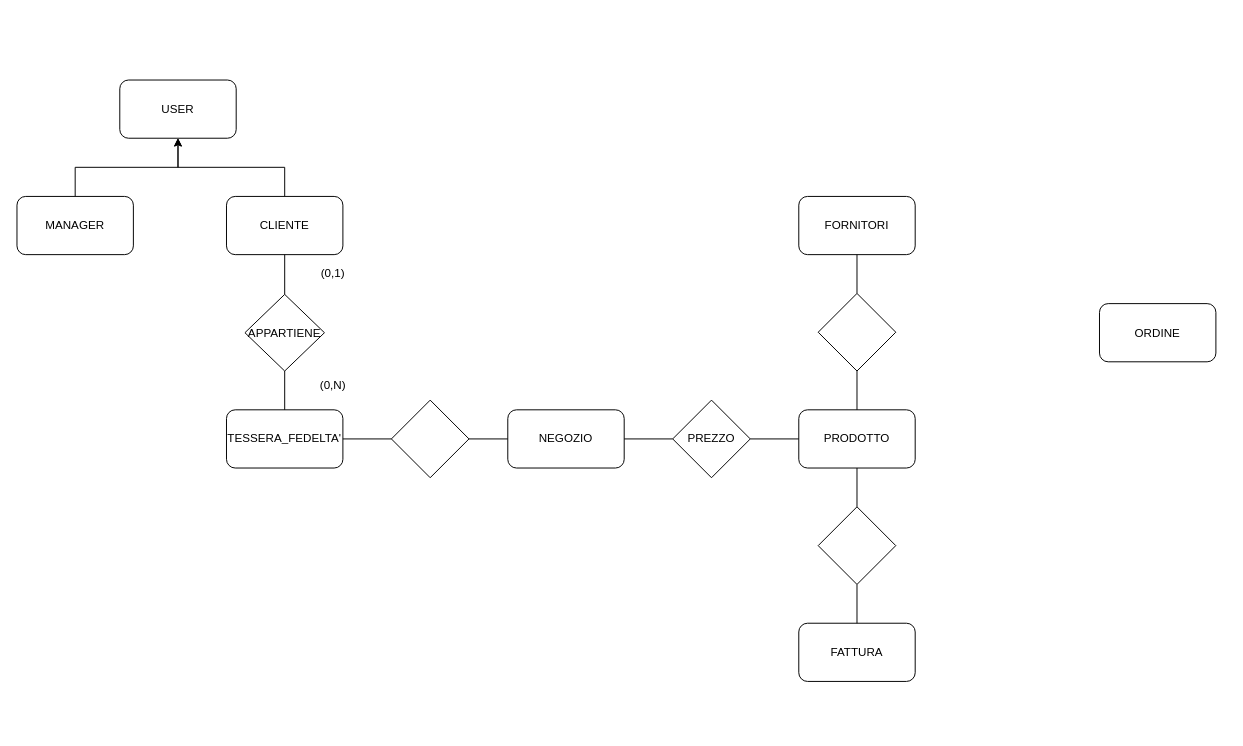
Before: docs/schema_ER/Diagramma_ER_NR.drawio in Giann8/Progetto_DB_UNI, a draw.io diagram. Source tidied: cells renumbered, new cells numbered last; positions are measured from the earlier drawing's top-left corner, leaving out a move shared by most shapes. Both pictures are drawn from the tidied source at 97%, with x=0, y=0 at pixel (16, 80).
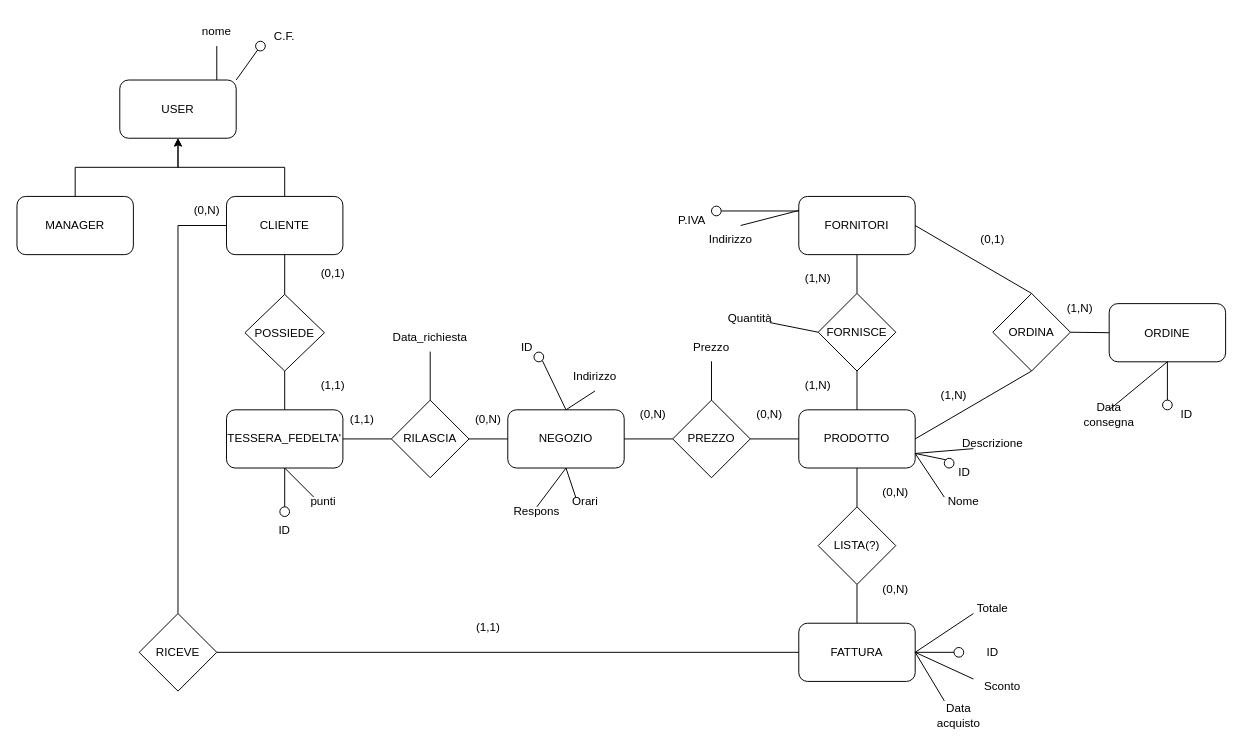
After the change.

Unchanged cells that the change refers to:
```xml
<mxCell id="2" value="NEGOZIO" style="rounded=1;whiteSpace=wrap;html=1;" parent="1" vertex="1">
  <mxGeometry x="506" y="340" width="120" height="60" as="geometry" />
</mxCell>
<mxCell id="3" value="PRODOTTO" style="rounded=1;whiteSpace=wrap;html=1;" parent="1" vertex="1">
  <mxGeometry x="806" y="340" width="120" height="60" as="geometry" />
</mxCell>
<mxCell id="4" value="USER" style="rounded=1;whiteSpace=wrap;html=1;" parent="1" vertex="1">
  <mxGeometry x="106" width="120" height="60" as="geometry" />
</mxCell>
<mxCell id="5" value="FORNITORI" style="rounded=1;whiteSpace=wrap;html=1;" parent="1" vertex="1">
  <mxGeometry x="806" y="120" width="120" height="60" as="geometry" />
</mxCell>
<mxCell id="7" value="FATTURA" style="rounded=1;whiteSpace=wrap;html=1;" parent="1" vertex="1">
  <mxGeometry x="806" y="560" width="120" height="60" as="geometry" />
</mxCell>
<mxCell id="8" value="TESSERA_FEDELTA'" style="rounded=1;whiteSpace=wrap;html=1;" parent="1" vertex="1">
  <mxGeometry x="216" y="340" width="120" height="60" as="geometry" />
</mxCell>
<mxCell id="10" value="CLIENTE" style="rounded=1;whiteSpace=wrap;html=1;" parent="1" vertex="1">
  <mxGeometry x="216" y="120" width="120" height="60" as="geometry" />
</mxCell>
<mxCell id="19" value="PREZZO" style="rhombus;whiteSpace=wrap;html=1;" parent="1" vertex="1">
  <mxGeometry x="676" y="330" width="80" height="80" as="geometry" />
</mxCell>
```

What changed in the source:
```diff
@@
     <mxCell id="6" value="ORDINE" style="rounded=1;whiteSpace=wrap;html=1;" parent="1" vertex="1">
-      <mxGeometry x="1116" y="230.5" width="120" height="60" as="geometry" />
+      <mxGeometry x="1126" y="230.5" width="120" height="60" as="geometry" />
     </mxCell>
@@
-    <mxCell id="13" value="APPARTIENE" style="rhombus;whiteSpace=wrap;html=1;" parent="1" vertex="1">
+    <mxCell id="13" value="POSSIEDE" style="rhombus;whiteSpace=wrap;html=1;" parent="1" vertex="1">
       <mxGeometry x="235" y="221" width="82" height="79" as="geometry" />
     </mxCell>
@@
-    <mxCell id="17" value="(0,N)" style="text;html=1;align=center;verticalAlign=middle;whiteSpace=wrap;rounded=0;" parent="1" vertex="1">
+    <mxCell id="17" value="(1,1)" style="text;html=1;align=center;verticalAlign=middle;whiteSpace=wrap;rounded=0;" parent="1" vertex="1">
       <mxGeometry x="296" y="300" width="60" height="30" as="geometry" />
     </mxCell>
@@
-    <mxCell id="21" style="rhombus;whiteSpace=wrap;html=1;" parent="1" vertex="1">
+    <mxCell id="21" value="FORNISCE" style="rhombus;whiteSpace=wrap;html=1;" parent="1" vertex="1">
       <mxGeometry x="826" y="220" width="80" height="80" as="geometry" />
     </mxCell>
@@
-    <mxCell id="24" style="rhombus;whiteSpace=wrap;html=1;" parent="1" vertex="1">
+    <mxCell id="24" value="RILASCIA" style="rhombus;whiteSpace=wrap;html=1;" parent="1" vertex="1">
       <mxGeometry x="386" y="330" width="80" height="80" as="geometry" />
     </mxCell>
@@
-    <mxCell id="27" style="rhombus;whiteSpace=wrap;html=1;" parent="1" vertex="1">
+    <mxCell id="27" value="LISTA(?)" style="rhombus;whiteSpace=wrap;html=1;" parent="1" vertex="1">
       <mxGeometry x="826" y="440" width="80" height="80" as="geometry" />
     </mxCell>
@@
+    <mxCell id="30" value="ORDINA" style="rhombus;whiteSpace=wrap;html=1;" parent="1" vertex="1">
+      <mxGeometry x="1006" y="220" width="80" height="80" as="geometry" />
+    </mxCell>
+    <mxCell id="31" style="endArrow=none;html=1;rounded=0;exitX=1;exitY=0.5;exitDx=0;exitDy=0;entryX=0.5;entryY=0;entryDx=0;entryDy=0;" parent="1" edge="1" source="5" target="30">
+      <mxGeometry relative="1" as="geometry" />
+    </mxCell>
+    <mxCell id="32" style="endArrow=none;html=1;rounded=0;exitX=1;exitY=0.5;exitDx=0;exitDy=0;entryX=0.5;entryY=1;entryDx=0;entryDy=0;" parent="1" edge="1" source="3" target="30">
+      <mxGeometry relative="1" as="geometry" />
+    </mxCell>
+    <mxCell id="33" style="endArrow=none;html=1;rounded=0;exitX=1;exitY=0.5;exitDx=0;exitDy=0;entryX=0;entryY=0.5;entryDx=0;entryDy=0;" parent="1" edge="1" source="30" target="6">
+      <mxGeometry relative="1" as="geometry" />
+    </mxCell>
+    <mxCell id="34" value="(0,N)" style="text;html=1;align=center;verticalAlign=middle;whiteSpace=wrap;rounded=0;" parent="1" vertex="1">
+      <mxGeometry x="466" y="340" width="40" height="20" as="geometry" />
+    </mxCell>
+    <mxCell id="35" value="(1,1)" style="text;html=1;align=center;verticalAlign=middle;whiteSpace=wrap;rounded=0;" parent="1" vertex="1">
+      <mxGeometry x="336" y="340" width="40" height="20" as="geometry" />
+    </mxCell>
+    <mxCell id="36" value="(0,N)" style="text;html=1;align=center;verticalAlign=middle;whiteSpace=wrap;rounded=0;" parent="1" vertex="1">
+      <mxGeometry x="626" y="330" width="60" height="30" as="geometry" />
+    </mxCell>
+    <mxCell id="37" value="(0,N)" style="text;html=1;align=center;verticalAlign=middle;whiteSpace=wrap;rounded=0;" parent="1" vertex="1">
+      <mxGeometry x="746" y="330" width="60" height="30" as="geometry" />
+    </mxCell>
+    <mxCell id="38" style="endArrow=none;html=1;rounded=0;entryX=0;entryY=0.5;entryDx=0;entryDy=0;" parent="1" edge="1" target="10">
+      <mxGeometry relative="1" as="geometry">
+        <mxPoint x="166" y="150" as="sourcePoint" />
+      </mxGeometry>
+    </mxCell>
+    <mxCell id="39" style="endArrow=none;html=1;rounded=0;exitX=0.5;exitY=0;exitDx=0;exitDy=0;" parent="1" edge="1" source="41">
+      <mxGeometry relative="1" as="geometry">
+        <mxPoint x="166" y="150" as="targetPoint" />
+      </mxGeometry>
+    </mxCell>
+    <mxCell id="40" style="endArrow=none;html=1;rounded=0;entryX=0;entryY=0.5;entryDx=0;entryDy=0;exitX=1;exitY=0.5;exitDx=0;exitDy=0;" parent="1" edge="1" source="41" target="7">
+      <mxGeometry relative="1" as="geometry" />
+    </mxCell>
+    <mxCell id="41" value="RICEVE" style="rhombus;whiteSpace=wrap;html=1;" parent="1" vertex="1">
+      <mxGeometry x="126" y="550" width="80" height="80" as="geometry" />
+    </mxCell>
+    <mxCell id="42" value="(0,N)" style="text;html=1;align=center;verticalAlign=middle;whiteSpace=wrap;rounded=0;" parent="1" vertex="1">
+      <mxGeometry x="166" y="120" width="60" height="30" as="geometry" />
+    </mxCell>
+    <mxCell id="43" value="(1,1)" style="text;html=1;align=center;verticalAlign=middle;whiteSpace=wrap;rounded=0;" parent="1" vertex="1">
+      <mxGeometry x="456" y="550" width="60" height="30" as="geometry" />
+    </mxCell>
+    <mxCell id="44" value="(0,N)" style="text;html=1;align=center;verticalAlign=middle;whiteSpace=wrap;rounded=0;" parent="1" vertex="1">
+      <mxGeometry x="876" y="510" width="60" height="30" as="geometry" />
+    </mxCell>
+    <mxCell id="45" value="(0,N)" style="text;html=1;align=center;verticalAlign=middle;whiteSpace=wrap;rounded=0;" parent="1" vertex="1">
+      <mxGeometry x="876" y="410" width="60" height="30" as="geometry" />
+    </mxCell>
+    <mxCell id="46" value="(1,N)" style="text;html=1;align=center;verticalAlign=middle;whiteSpace=wrap;rounded=0;" parent="1" vertex="1">
+      <mxGeometry x="796" y="300" width="60" height="30" as="geometry" />
+    </mxCell>
+    <mxCell id="47" value="(1,N)" style="text;html=1;align=center;verticalAlign=middle;whiteSpace=wrap;rounded=0;" parent="1" vertex="1">
+      <mxGeometry x="796" y="190" width="60" height="30" as="geometry" />
+    </mxCell>
+    <mxCell id="48" value="(0,1)" style="text;html=1;align=center;verticalAlign=middle;whiteSpace=wrap;rounded=0;" parent="1" vertex="1">
+      <mxGeometry x="976" y="150" width="60" height="30" as="geometry" />
+    </mxCell>
+    <mxCell id="49" value="(1,N)" style="text;html=1;align=center;verticalAlign=middle;whiteSpace=wrap;rounded=0;" parent="1" vertex="1">
+      <mxGeometry x="1066" y="221" width="60" height="30" as="geometry" />
+    </mxCell>
+    <mxCell id="50" value="(1,N)" style="text;html=1;align=center;verticalAlign=middle;whiteSpace=wrap;rounded=0;" parent="1" vertex="1">
+      <mxGeometry x="936" y="310" width="60" height="30" as="geometry" />
+    </mxCell>
+    <mxCell id="51" style="endArrow=none;html=1;rounded=0;exitX=1;exitY=0;exitDx=0;exitDy=0;" parent="1" edge="1" source="4" target="52">
+      <mxGeometry relative="1" as="geometry" />
+    </mxCell>
+    <mxCell id="52" style="ellipse;whiteSpace=wrap;html=1;" parent="1" vertex="1">
+      <mxGeometry x="246" y="-40" width="10" height="10" as="geometry" />
+    </mxCell>
+    <mxCell id="53" value="C.F." style="text;html=1;align=center;verticalAlign=middle;whiteSpace=wrap;rounded=0;" parent="1" vertex="1">
+      <mxGeometry x="246" y="-60" width="60" height="30" as="geometry" />
+    </mxCell>
+    <mxCell id="54" style="endArrow=none;html=1;rounded=0;" parent="1" edge="1" target="55">
+      <mxGeometry relative="1" as="geometry">
+        <mxPoint x="206" as="sourcePoint" />
+      </mxGeometry>
+    </mxCell>
+    <mxCell id="55" value="nome" style="text;html=1;align=center;verticalAlign=middle;whiteSpace=wrap;rounded=0;" parent="1" vertex="1">
+      <mxGeometry x="176" y="-65" width="60" height="30" as="geometry" />
+    </mxCell>
+    <mxCell id="56" style="endArrow=none;html=1;rounded=0;entryX=0.5;entryY=1;entryDx=0;entryDy=0;" parent="1" edge="1" target="8">
+      <mxGeometry relative="1" as="geometry">
+        <mxPoint x="276" y="440" as="sourcePoint" />
+      </mxGeometry>
+    </mxCell>
+    <mxCell id="57" style="ellipse;whiteSpace=wrap;html=1;" parent="1" vertex="1">
+      <mxGeometry x="271" y="440" width="10" height="10" as="geometry" />
+    </mxCell>
+    <mxCell id="58" value="ID" style="text;html=1;align=center;verticalAlign=middle;whiteSpace=wrap;rounded=0;" parent="1" vertex="1">
+      <mxGeometry x="246" y="450" width="60" height="30" as="geometry" />
+    </mxCell>
+    <mxCell id="59" style="endArrow=none;html=1;rounded=0;exitX=0.5;exitY=1;exitDx=0;exitDy=0;" parent="1" edge="1" source="8">
+      <mxGeometry relative="1" as="geometry">
+        <mxPoint x="306" y="430" as="targetPoint" />
+      </mxGeometry>
+    </mxCell>
+    <mxCell id="60" value="punti" style="text;html=1;align=center;verticalAlign=middle;whiteSpace=wrap;rounded=0;" parent="1" vertex="1">
+      <mxGeometry x="286" y="420" width="60" height="30" as="geometry" />
+    </mxCell>
+    <mxCell id="61" style="endArrow=none;html=1;rounded=0;entryX=0.5;entryY=0;entryDx=0;entryDy=0;exitX=1;exitY=1;exitDx=0;exitDy=0;" parent="1" edge="1" source="62" target="2">
+      <mxGeometry relative="1" as="geometry" />
+    </mxCell>
+    <mxCell id="62" style="ellipse;whiteSpace=wrap;html=1;" parent="1" vertex="1">
+      <mxGeometry x="533" y="280.5" width="10" height="10" as="geometry" />
+    </mxCell>
+    <mxCell id="63" style="ellipse;whiteSpace=wrap;html=1;" parent="1" vertex="1">
+      <mxGeometry x="956" y="390" width="10" height="10" as="geometry" />
+    </mxCell>
+    <mxCell id="64" style="endArrow=none;html=1;rounded=0;exitX=1;exitY=0.75;exitDx=0;exitDy=0;entryX=0;entryY=0;entryDx=0;entryDy=0;" parent="1" edge="1" source="3" target="63">
+      <mxGeometry relative="1" as="geometry" />
+    </mxCell>
+    <mxCell id="65" style="endArrow=none;html=1;rounded=0;entryX=0;entryY=0.25;entryDx=0;entryDy=0;" parent="1" edge="1" target="5">
+      <mxGeometry relative="1" as="geometry">
+        <mxPoint x="726" y="135" as="sourcePoint" />
+      </mxGeometry>
+    </mxCell>
+    <mxCell id="66" style="endArrow=none;html=1;rounded=0;entryX=0.5;entryY=1;entryDx=0;entryDy=0;" parent="1" edge="1" target="6">
+      <mxGeometry relative="1" as="geometry">
+        <mxPoint x="1186" y="330" as="sourcePoint" />
+      </mxGeometry>
+    </mxCell>
+    <mxCell id="67" style="endArrow=none;html=1;rounded=0;exitX=1;exitY=0.5;exitDx=0;exitDy=0;" parent="1" edge="1" source="7">
+      <mxGeometry relative="1" as="geometry">
+        <mxPoint x="966" y="590" as="targetPoint" />
+      </mxGeometry>
+    </mxCell>
+    <mxCell id="68" style="ellipse;whiteSpace=wrap;html=1;" parent="1" vertex="1">
+      <mxGeometry x="966" y="585" width="10" height="10" as="geometry" />
+    </mxCell>
+    <mxCell id="69" style="ellipse;whiteSpace=wrap;html=1;" parent="1" vertex="1">
+      <mxGeometry x="1181" y="330" width="10" height="10" as="geometry" />
+    </mxCell>
+    <mxCell id="70" style="ellipse;whiteSpace=wrap;html=1;" parent="1" vertex="1">
+      <mxGeometry x="716" y="130" width="10" height="10" as="geometry" />
+    </mxCell>
+    <mxCell id="71" value="ID" style="text;html=1;align=center;verticalAlign=middle;whiteSpace=wrap;rounded=0;" parent="1" vertex="1">
+      <mxGeometry x="976" y="575" width="60" height="30" as="geometry" />
+    </mxCell>
+    <mxCell id="72" value="ID" style="text;html=1;align=center;verticalAlign=middle;whiteSpace=wrap;rounded=0;" parent="1" vertex="1">
+      <mxGeometry x="947" y="390" width="60" height="30" as="geometry" />
+    </mxCell>
+    <mxCell id="73" value="P.IVA" style="text;html=1;align=center;verticalAlign=middle;whiteSpace=wrap;rounded=0;" parent="1" vertex="1">
+      <mxGeometry x="666" y="130" width="60" height="30" as="geometry" />
+    </mxCell>
+    <mxCell id="74" value="ID" style="text;html=1;align=center;verticalAlign=middle;whiteSpace=wrap;rounded=0;" parent="1" vertex="1">
+      <mxGeometry x="1176" y="330" width="60" height="30" as="geometry" />
+    </mxCell>
+    <mxCell id="75" value="ID" style="text;html=1;align=center;verticalAlign=middle;whiteSpace=wrap;rounded=0;" parent="1" vertex="1">
+      <mxGeometry x="496" y="260.5" width="60" height="30" as="geometry" />
+    </mxCell>
+    <mxCell id="76" style="endArrow=none;html=1;rounded=0;exitX=0.5;exitY=0;exitDx=0;exitDy=0;entryX=0.5;entryY=1;entryDx=0;entryDy=0;" parent="1" edge="1" source="2" target="77">
+      <mxGeometry relative="1" as="geometry" />
+    </mxCell>
+    <mxCell id="77" value="Indirizzo" style="text;html=1;align=center;verticalAlign=middle;whiteSpace=wrap;rounded=0;" parent="1" vertex="1">
+      <mxGeometry x="566" y="290.5" width="60" height="30" as="geometry" />
+    </mxCell>
+    <mxCell id="78" style="endArrow=none;html=1;rounded=0;exitX=0.5;exitY=1;exitDx=0;exitDy=0;" parent="1" edge="1" source="2">
+      <mxGeometry relative="1" as="geometry">
+        <mxPoint x="536" y="440" as="targetPoint" />
+      </mxGeometry>
+    </mxCell>
+    <mxCell id="79" value="Respons" style="text;html=1;align=center;verticalAlign=middle;whiteSpace=wrap;rounded=0;" parent="1" vertex="1">
+      <mxGeometry x="506" y="430" width="60" height="30" as="geometry" />
+    </mxCell>
+    <mxCell id="80" style="endArrow=none;html=1;rounded=0;exitX=0.5;exitY=1;exitDx=0;exitDy=0;" parent="1" edge="1" source="2">
+      <mxGeometry relative="1" as="geometry">
+        <mxPoint x="576" y="430" as="targetPoint" />
+      </mxGeometry>
+    </mxCell>
+    <mxCell id="81" value="Orari" style="text;html=1;align=center;verticalAlign=middle;whiteSpace=wrap;rounded=0;" parent="1" vertex="1">
+      <mxGeometry x="556" y="420" width="60" height="30" as="geometry" />
+    </mxCell>
+    <mxCell id="82" style="endArrow=none;html=1;rounded=0;" parent="1" edge="1">
+      <mxGeometry relative="1" as="geometry">
+        <mxPoint x="746" y="150" as="sourcePoint" />
+        <mxPoint x="806" y="134.5" as="targetPoint" />
+      </mxGeometry>
+    </mxCell>
+    <mxCell id="83" value="Indirizzo" style="text;html=1;align=center;verticalAlign=middle;whiteSpace=wrap;rounded=0;" parent="1" vertex="1">
+      <mxGeometry x="706" y="150" width="60" height="30" as="geometry" />
+    </mxCell>
+    <mxCell id="84" style="endArrow=none;html=1;rounded=0;entryX=1;entryY=0.75;entryDx=0;entryDy=0;" parent="1" edge="1" target="3">
+      <mxGeometry relative="1" as="geometry">
+        <mxPoint x="956" y="430" as="sourcePoint" />
+      </mxGeometry>
+    </mxCell>
+    <mxCell id="85" value="Nome" style="text;html=1;align=center;verticalAlign=middle;whiteSpace=wrap;rounded=0;" parent="1" vertex="1">
+      <mxGeometry x="946" y="420" width="60" height="30" as="geometry" />
+    </mxCell>
+    <mxCell id="86" style="endArrow=none;html=1;rounded=0;exitX=1;exitY=0.75;exitDx=0;exitDy=0;" parent="1" edge="1" source="3">
+      <mxGeometry relative="1" as="geometry">
+        <mxPoint x="986" y="380" as="targetPoint" />
+      </mxGeometry>
+    </mxCell>
+    <mxCell id="87" value="Descrizione" style="text;html=1;align=center;verticalAlign=middle;whiteSpace=wrap;rounded=0;" parent="1" vertex="1">
+      <mxGeometry x="976" y="360" width="60" height="30" as="geometry" />
+    </mxCell>
+    <mxCell id="88" style="endArrow=none;html=1;rounded=0;entryX=0.5;entryY=1;entryDx=0;entryDy=0;" parent="1" edge="1" target="6">
+      <mxGeometry relative="1" as="geometry">
+        <mxPoint x="1126" y="340" as="sourcePoint" />
+      </mxGeometry>
+    </mxCell>
+    <mxCell id="89" value="Data consegna" style="text;html=1;align=center;verticalAlign=middle;whiteSpace=wrap;rounded=0;" parent="1" vertex="1">
+      <mxGeometry x="1096" y="330" width="60" height="30" as="geometry" />
+    </mxCell>
+    <mxCell id="90" style="endArrow=none;html=1;rounded=0;entryX=1;entryY=0.5;entryDx=0;entryDy=0;exitX=0;exitY=0.25;exitDx=0;exitDy=0;" parent="1" edge="1" source="93" target="7">
+      <mxGeometry relative="1" as="geometry" />
+    </mxCell>
+    <mxCell id="91" style="endArrow=none;html=1;rounded=0;exitX=1;exitY=0.5;exitDx=0;exitDy=0;" parent="1" edge="1" source="7">
+      <mxGeometry relative="1" as="geometry">
+        <mxPoint x="956" y="640" as="targetPoint" />
+      </mxGeometry>
+    </mxCell>
+    <mxCell id="92" value="Data acquisto" style="text;html=1;align=center;verticalAlign=middle;whiteSpace=wrap;rounded=0;" parent="1" vertex="1">
+      <mxGeometry x="941" y="640" width="60" height="30" as="geometry" />
+    </mxCell>
+    <mxCell id="93" value="Sconto" style="text;html=1;align=center;verticalAlign=middle;whiteSpace=wrap;rounded=0;" parent="1" vertex="1">
+      <mxGeometry x="986" y="610" width="60" height="30" as="geometry" />
+    </mxCell>
+    <mxCell id="94" style="endArrow=none;html=1;rounded=0;exitX=1;exitY=0.5;exitDx=0;exitDy=0;" parent="1" edge="1" source="7">
+      <mxGeometry relative="1" as="geometry">
+        <mxPoint x="986" y="550" as="targetPoint" />
+      </mxGeometry>
+    </mxCell>
+    <mxCell id="95" value="Totale" style="text;html=1;align=center;verticalAlign=middle;whiteSpace=wrap;rounded=0;" parent="1" vertex="1">
+      <mxGeometry x="976" y="530" width="60" height="30" as="geometry" />
+    </mxCell>
+    <mxCell id="96" style="endArrow=none;html=1;rounded=0;exitX=0.5;exitY=0;exitDx=0;exitDy=0;" parent="1" edge="1" source="19">
+      <mxGeometry relative="1" as="geometry">
+        <mxPoint x="716" y="290" as="targetPoint" />
+      </mxGeometry>
+    </mxCell>
+    <mxCell id="97" value="Prezzo" style="text;html=1;align=center;verticalAlign=middle;whiteSpace=wrap;rounded=0;" parent="1" vertex="1">
+      <mxGeometry x="686" y="260.5" width="60" height="30" as="geometry" />
+    </mxCell>
+    <mxCell id="98" style="endArrow=none;html=1;rounded=0;entryX=0;entryY=0.5;entryDx=0;entryDy=0;" parent="1" edge="1" target="21">
+      <mxGeometry relative="1" as="geometry">
+        <mxPoint x="776" y="250" as="sourcePoint" />
+      </mxGeometry>
+    </mxCell>
+    <mxCell id="99" value="Quantità" style="text;html=1;align=center;verticalAlign=middle;whiteSpace=wrap;rounded=0;" parent="1" vertex="1">
+      <mxGeometry x="726" y="230.5" width="60" height="30" as="geometry" />
+    </mxCell>
+    <mxCell id="100" style="endArrow=none;html=1;rounded=0;" parent="1" edge="1">
+      <mxGeometry relative="1" as="geometry">
+        <mxPoint x="426" y="330" as="sourcePoint" />
+        <mxPoint x="426" y="280" as="targetPoint" />
+      </mxGeometry>
+    </mxCell>
+    <mxCell id="101" value="Data_richiesta" style="text;html=1;align=center;verticalAlign=middle;whiteSpace=wrap;rounded=0;" parent="1" vertex="1">
+      <mxGeometry x="396" y="250.5" width="60" height="30" as="geometry" />
+    </mxCell>
```
